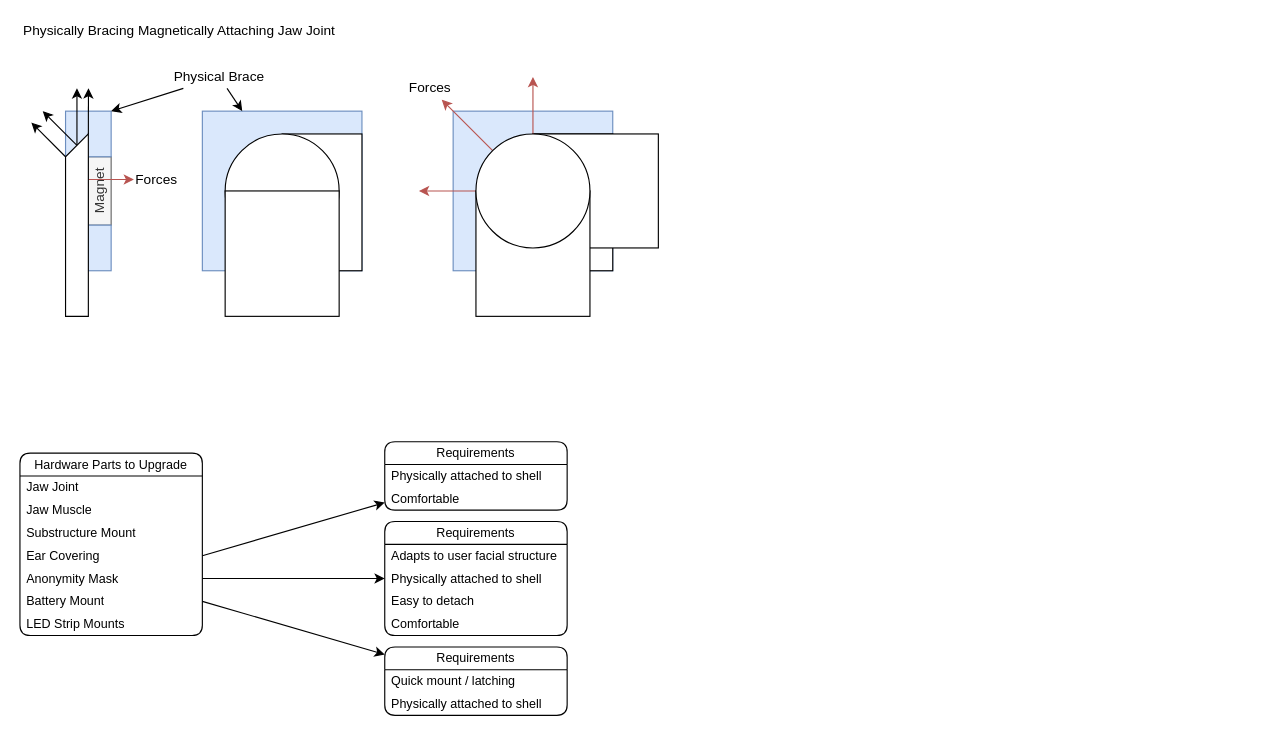
The draw.io diagram page "Hardware Fixes" (3 of 3) of Documents/Recondensed.drawio in Cyberspecies/Synth-Head, before the edit. Source tidied: cells renumbered, new cells numbered last; positions are measured from the earlier drawing's top-left corner, leaving out a move shared by most shapes. Both pictures are drawn from the tidied source at 114%, with x=0, y=0 at pixel (19, 19).
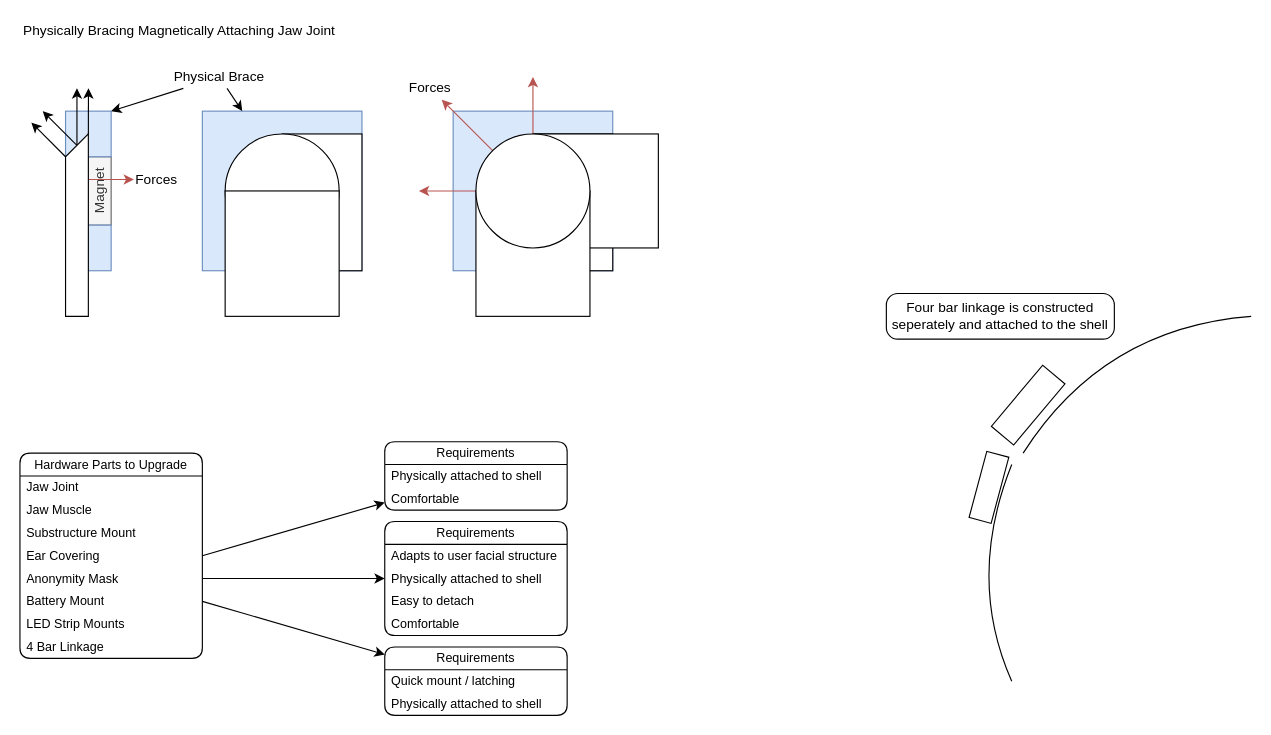
Above is the later version.

Commit message:
Added 4 Bar linkage mounting ideation

The edit, as a diff of the source:
```diff
@@
     <mxCell id="29" value="Hardware Parts to Upgrade" style="swimlane;fontStyle=0;horizontal=1;startSize=20;whiteSpace=wrap;html=1;rounded=1;fontFamily=Helvetica;fontSize=11;fontColor=default;labelBackgroundColor=default;" parent="1" vertex="1">
-      <mxGeometry y="380" width="160" height="160" as="geometry" />
+      <mxGeometry y="380" width="160" height="180" as="geometry" />
     </mxCell>
@@
+    <mxCell id="51" value="4 Bar Linkage" style="text;strokeColor=none;fillColor=none;align=left;verticalAlign=middle;spacingLeft=4;spacingRight=4;overflow=hidden;whiteSpace=wrap;html=1;fontFamily=Helvetica;fontSize=11;fontColor=default;labelBackgroundColor=default;" parent="29" vertex="1">
+      <mxGeometry y="160" width="160" height="20" as="geometry" />
+    </mxCell>
@@
+    <mxCell id="52" style="endArrow=none;html=1;rounded=0;curved=1;" parent="1" edge="1">
+      <mxGeometry relative="1" as="geometry">
+        <mxPoint x="880" y="380" as="sourcePoint" />
+        <mxPoint x="1080" y="260" as="targetPoint" />
+        <Array as="points">
+          <mxPoint x="950" y="270" />
+        </Array>
+      </mxGeometry>
+    </mxCell>
+    <mxCell id="53" style="endArrow=none;html=1;rounded=0;curved=1;" parent="1" edge="1">
+      <mxGeometry relative="1" as="geometry">
+        <mxPoint x="870" y="580" as="sourcePoint" />
+        <mxPoint x="870" y="390" as="targetPoint" />
+        <Array as="points">
+          <mxPoint x="830" y="490" />
+        </Array>
+      </mxGeometry>
+    </mxCell>
+    <mxCell id="54" style="rounded=0;whiteSpace=wrap;html=1;rotation=-50;" parent="1" vertex="1">
+      <mxGeometry x="849.4" y="325.1" width="70" height="25.5" as="geometry" />
+    </mxCell>
+    <mxCell id="55" value="Four bar linkage is constructed seperately and attached to the shell" style="rounded=1;whiteSpace=wrap;html=1;absoluteArcSize=1;" parent="1" vertex="1">
+      <mxGeometry x="760" y="240" width="200" height="40" as="geometry" />
+    </mxCell>
+    <mxCell id="56" style="rounded=0;whiteSpace=wrap;html=1;rotation=15;" parent="1" vertex="1">
+      <mxGeometry x="840" y="380" width="20" height="60" as="geometry" />
+    </mxCell>
```
